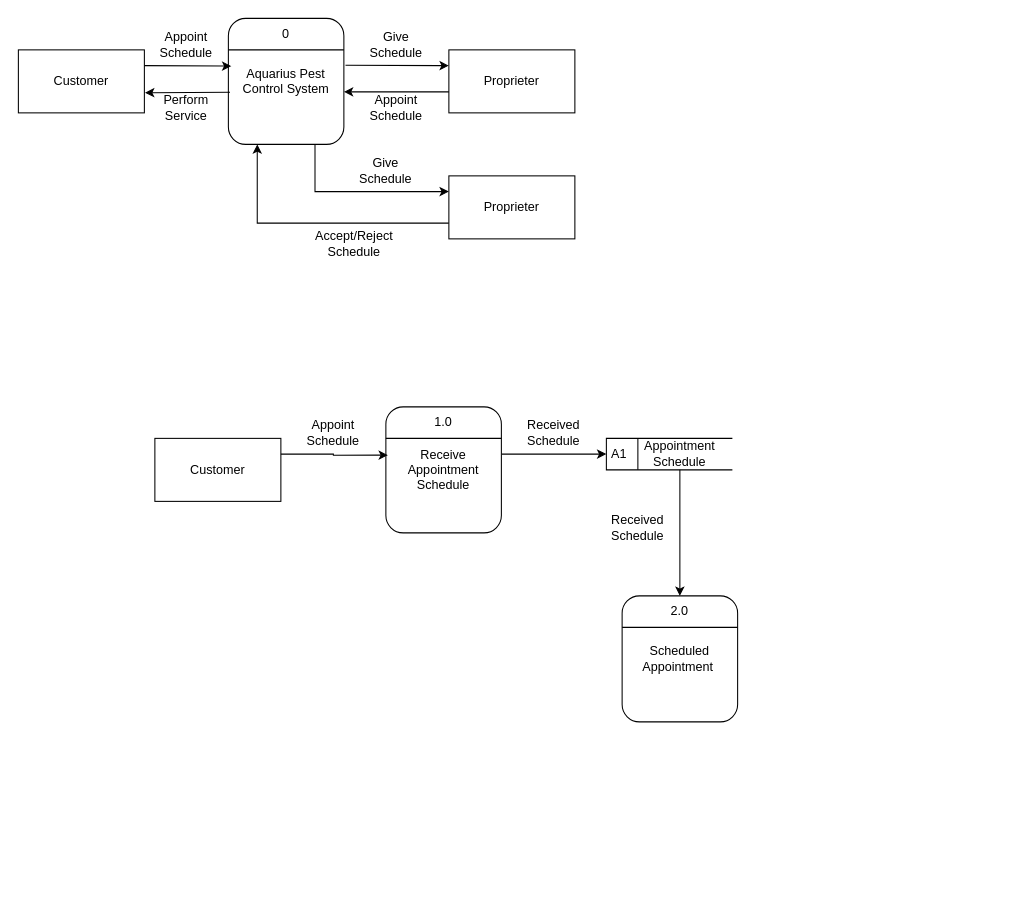
Above: CFD/DFD AquariusPestControl.drawio in Beskiit/DIAGRAMS (draw.io), before the change. Source tidied: cells renumbered, new cells numbered last; positions are measured from the earlier drawing's top-left corner, leaving out a move shared by most shapes. Both pictures are drawn from the tidied source at 105%, with x=0, y=0 at pixel (18, 18).
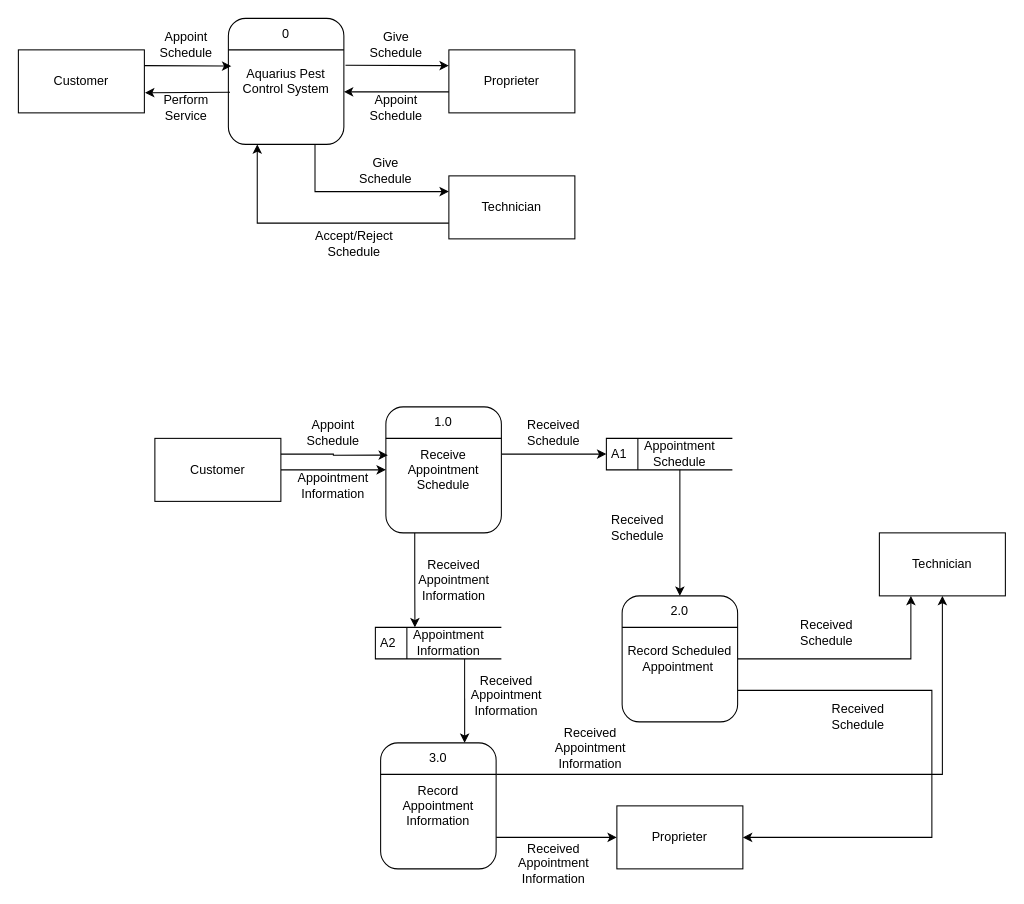
After the change.

The change refers to these unchanged cells:
```xml
<mxCell id="20" value="Receive Appointment Schedule" style="rounded=1;whiteSpace=wrap;html=1;" parent="1" vertex="1">
  <mxGeometry x="350" y="370" width="110" height="120" as="geometry" />
</mxCell>
<mxCell id="23" value="Customer" style="rounded=0;whiteSpace=wrap;html=1;" parent="1" vertex="1">
  <mxGeometry x="130" y="400" width="120" height="60" as="geometry" />
</mxCell>
```

Diff of the diagram source:
```diff
@@
-    <mxCell id="17" value="Proprieter" style="rounded=0;whiteSpace=wrap;html=1;" parent="1" vertex="1">
+    <mxCell id="17" value="Technician" style="rounded=0;whiteSpace=wrap;html=1;" parent="1" vertex="1">
       <mxGeometry x="410" y="150" width="120" height="60" as="geometry" />
     </mxCell>
@@
+    <mxCell id="35" style="edgeStyle=orthogonalEdgeStyle;rounded=0;jettySize=auto;html=1;exitX=1;exitY=0.5;exitDx=0;exitDy=0;entryX=0;entryY=0.5;entryDx=0;entryDy=0;" parent="1" edge="1" source="23" target="20">
+      <mxGeometry relative="1" as="geometry" />
+    </mxCell>
@@
+    <mxCell id="36" style="edgeStyle=orthogonalEdgeStyle;rounded=0;jettySize=auto;html=1;exitX=1;exitY=0.75;exitDx=0;exitDy=0;entryX=1;entryY=0.5;entryDx=0;entryDy=0;" parent="1" edge="1" source="31" target="50">
+      <mxGeometry relative="1" as="geometry">
+        <Array as="points">
+          <mxPoint x="870" y="640" />
+          <mxPoint x="870" y="780" />
+        </Array>
+      </mxGeometry>
+    </mxCell>
+    <mxCell id="37" style="edgeStyle=orthogonalEdgeStyle;rounded=0;jettySize=auto;html=1;exitX=1;exitY=0.5;exitDx=0;exitDy=0;entryX=0.25;entryY=1;entryDx=0;entryDy=0;" parent="1" edge="1" source="31" target="51">
+      <mxGeometry relative="1" as="geometry">
+        <Array as="points">
+          <mxPoint x="850" y="610" />
+        </Array>
+      </mxGeometry>
+    </mxCell>
-    <mxCell id="31" value="Scheduled Appointment&amp;nbsp;" style="rounded=1;whiteSpace=wrap;html=1;" parent="1" vertex="1">
+    <mxCell id="31" value="Record Scheduled Appointment&amp;nbsp;" style="rounded=1;whiteSpace=wrap;html=1;" parent="1" vertex="1">
       <mxGeometry x="575" y="550" width="110" height="120" as="geometry" />
     </mxCell>
@@
+    <mxCell id="38" value="Appointment Information" style="text;html=1;align=center;verticalAlign=middle;whiteSpace=wrap;rounded=0;" parent="1" vertex="1">
+      <mxGeometry x="270" y="430" width="60" height="30" as="geometry" />
+    </mxCell>
+    <mxCell id="39" value="A2" style="html=1;dashed=0;whiteSpace=wrap;shape=mxgraph.dfd.dataStoreID;align=left;spacingLeft=3;points=[[0,0],[0.5,0],[1,0],[0,0.5],[1,0.5],[0,1],[0.5,1],[1,1]];" parent="1" vertex="1">
+      <mxGeometry x="340" y="580" width="120" height="30" as="geometry" />
+    </mxCell>
+    <mxCell id="40" value="Appointment Information" style="text;html=1;align=center;verticalAlign=middle;whiteSpace=wrap;rounded=0;" parent="1" vertex="1">
+      <mxGeometry x="380" y="580" width="60" height="30" as="geometry" />
+    </mxCell>
+    <mxCell id="41" style="edgeStyle=orthogonalEdgeStyle;rounded=0;jettySize=auto;html=1;exitX=0.25;exitY=1;exitDx=0;exitDy=0;entryX=0.314;entryY=0;entryDx=0;entryDy=0;entryPerimeter=0;" parent="1" edge="1" source="20" target="39">
+      <mxGeometry relative="1" as="geometry" />
+    </mxCell>
+    <mxCell id="42" value="Received Appointment Information" style="text;html=1;align=center;verticalAlign=middle;whiteSpace=wrap;rounded=0;" parent="1" vertex="1">
+      <mxGeometry x="385" y="520" width="60" height="30" as="geometry" />
+    </mxCell>
+    <mxCell id="43" style="edgeStyle=orthogonalEdgeStyle;rounded=0;jettySize=auto;html=1;exitX=1;exitY=0.75;exitDx=0;exitDy=0;" parent="1" edge="1" source="45" target="50">
+      <mxGeometry relative="1" as="geometry" />
+    </mxCell>
+    <mxCell id="44" style="edgeStyle=orthogonalEdgeStyle;rounded=0;jettySize=auto;html=1;exitX=1;exitY=0.25;exitDx=0;exitDy=0;entryX=0.5;entryY=1;entryDx=0;entryDy=0;" parent="1" edge="1" source="45" target="51">
+      <mxGeometry relative="1" as="geometry" />
+    </mxCell>
+    <mxCell id="45" value="Record Appointment Information" style="rounded=1;whiteSpace=wrap;html=1;" parent="1" vertex="1">
+      <mxGeometry x="345" y="690" width="110" height="120" as="geometry" />
+    </mxCell>
+    <mxCell id="46" style="endArrow=none;html=1;rounded=0;entryX=1;entryY=0.25;entryDx=0;entryDy=0;exitX=0;exitY=0.25;exitDx=0;exitDy=0;" parent="1" edge="1" source="45" target="45">
+      <mxGeometry relative="1" as="geometry" />
+    </mxCell>
+    <mxCell id="47" value="3.0" style="text;html=1;align=center;verticalAlign=middle;whiteSpace=wrap;rounded=0;" parent="1" vertex="1">
+      <mxGeometry x="370" y="690" width="60" height="30" as="geometry" />
+    </mxCell>
+    <mxCell id="48" style="edgeStyle=orthogonalEdgeStyle;rounded=0;jettySize=auto;html=1;exitX=0.75;exitY=1;exitDx=0;exitDy=0;entryX=0.917;entryY=0;entryDx=0;entryDy=0;entryPerimeter=0;" parent="1" edge="1" source="40" target="47">
+      <mxGeometry relative="1" as="geometry" />
+    </mxCell>
+    <mxCell id="49" value="Received Appointment Information" style="text;html=1;align=center;verticalAlign=middle;whiteSpace=wrap;rounded=0;" parent="1" vertex="1">
+      <mxGeometry x="435" y="630" width="60" height="30" as="geometry" />
+    </mxCell>
+    <mxCell id="50" value="Proprieter" style="rounded=0;whiteSpace=wrap;html=1;" parent="1" vertex="1">
+      <mxGeometry x="570" y="750" width="120" height="60" as="geometry" />
+    </mxCell>
+    <mxCell id="51" value="Technician" style="rounded=0;whiteSpace=wrap;html=1;" parent="1" vertex="1">
+      <mxGeometry x="820" y="490" width="120" height="60" as="geometry" />
+    </mxCell>
+    <mxCell id="52" value="Received Schedule" style="text;html=1;align=center;verticalAlign=middle;whiteSpace=wrap;rounded=0;" parent="1" vertex="1">
+      <mxGeometry x="740" y="570" width="60" height="30" as="geometry" />
+    </mxCell>
+    <mxCell id="53" value="Received Schedule" style="text;html=1;align=center;verticalAlign=middle;whiteSpace=wrap;rounded=0;" parent="1" vertex="1">
+      <mxGeometry x="770" y="650" width="60" height="30" as="geometry" />
+    </mxCell>
+    <mxCell id="54" value="Received Appointment Information" style="text;html=1;align=center;verticalAlign=middle;whiteSpace=wrap;rounded=0;" parent="1" vertex="1">
+      <mxGeometry x="515" y="680" width="60" height="30" as="geometry" />
+    </mxCell>
+    <mxCell id="55" value="Received Appointment Information" style="text;html=1;align=center;verticalAlign=middle;whiteSpace=wrap;rounded=0;" parent="1" vertex="1">
+      <mxGeometry x="480" y="790" width="60" height="30" as="geometry" />
+    </mxCell>
```
